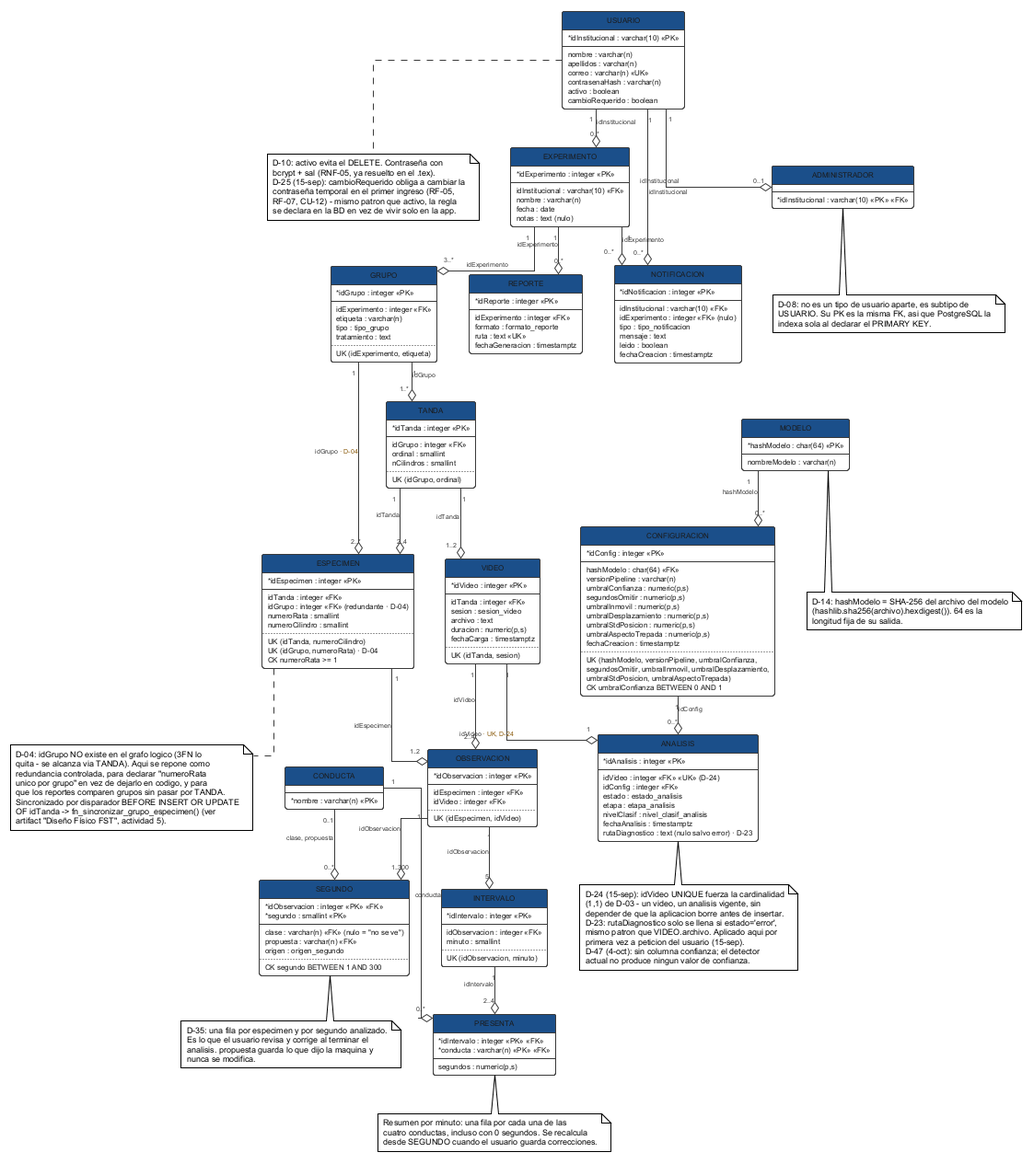
Earlier version of the PlantUML export figures/mermaid/esquema_fisico.png (ErickJester/fst-ai-system-latex).
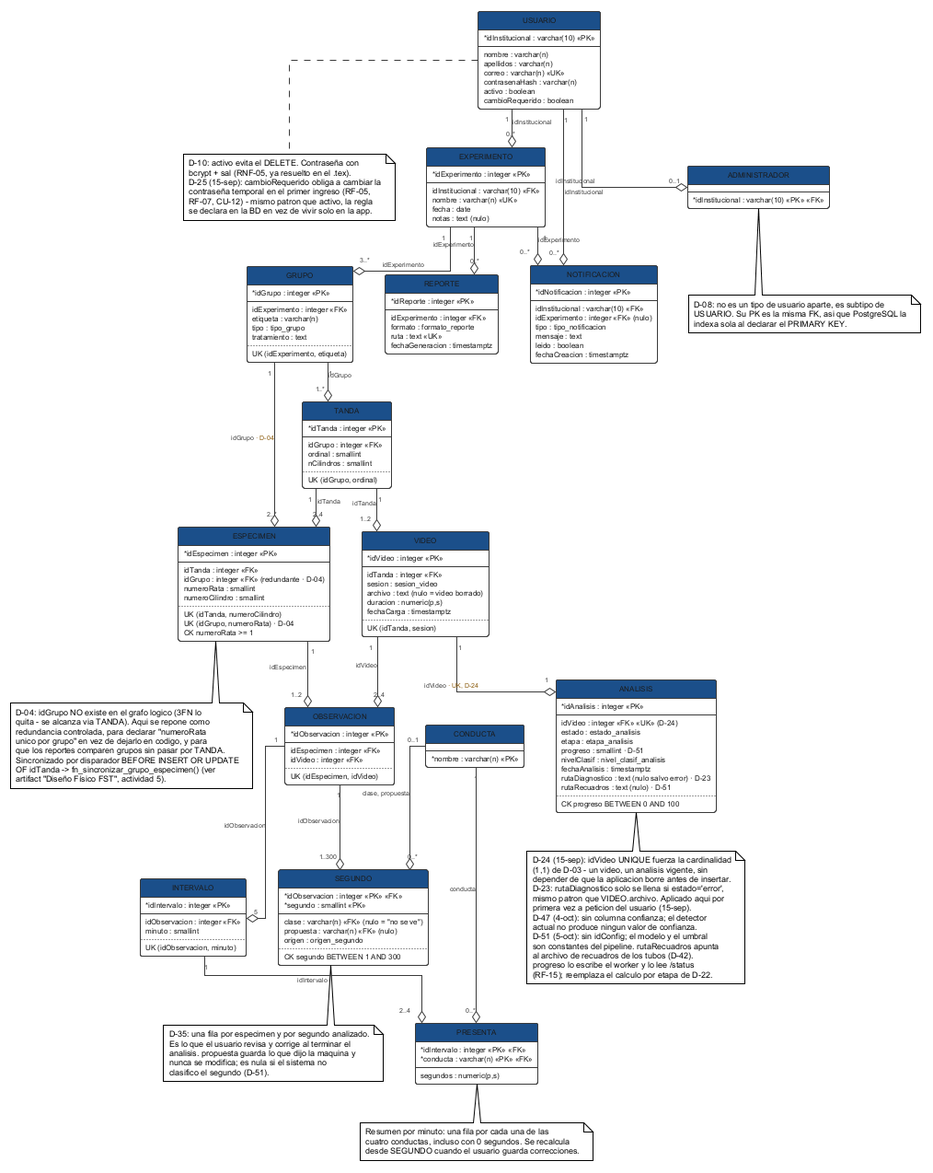
The same diagram one commit later.

The edit, as a diff of the source:
```diff
@@ -55,7 +55,7 @@
   * idExperimento : integer <<PK>>
   --
   idInstitucional : varchar(10) <<FK>>
-  nombre : varchar(n)
+  nombre : varchar(n) <<UK>>
   fecha : date
   notas : text (nulo)
 }
@@ -109,7 +109,7 @@
   --
   idTanda : integer <<FK>>
   sesion : sesion_video
-  archivo : text
+  archivo : text (nulo = video borrado)
   duracion : numeric(p,s)
   fechaCarga : timestamptz
   ..
@@ -120,12 +120,15 @@
   * idAnalisis : integer <<PK>>
   --
   idVideo : integer <<FK>> <<UK>> (D-24)
-  idConfig : integer <<FK>>
   estado : estado_analisis
   etapa : etapa_analisis
+  progreso : smallint · D-51
   nivelClasif : nivel_clasif_analisis
   fechaAnalisis : timestamptz
   rutaDiagnostico : text (nulo salvo error) · D-23
+  rutaRecuadros : text (nulo) · D-51
+  ..
+  CK progreso BETWEEN 0 AND 100
 }
 note bottom of ANALISIS
   D-24 (15-sep): idVideo UNIQUE fuerza la cardinalidad
@@ -136,6 +139,11 @@
   primera vez a peticion del usuario (15-sep).
   D-47 (4-oct): sin columna confianza; el detector
   actual no produce ningun valor de confianza.
+  D-51 (5-oct): sin idConfig; el modelo y el umbral
+  son constantes del pipeline. rutaRecuadros apunta
+  al archivo de recuadros de los tubos (D-42).
+  progreso lo escribe el worker y lo lee /status
+  (RF-15); reemplaza el calculo por etapa de D-22.
 end note
 
 entity OBSERVACION {
@@ -177,7 +185,7 @@
   * segundo : smallint <<PK>>
   --
   clase : varchar(n) <<FK>> (nulo = "no se ve")
-  propuesta : varchar(n) <<FK>>
+  propuesta : varchar(n) <<FK>> (nulo)
   origen : origen_segundo
   ..
   CK segundo BETWEEN 1 AND 300
@@ -186,7 +194,8 @@
   D-35: una fila por especimen y por segundo analizado.
   Es lo que el usuario revisa y corrige al terminar el
   analisis. propuesta guarda lo que dijo la maquina y
-  nunca se modifica.
+  nunca se modifica; es nula si el sistema no
+  clasifico el segundo (D-51).
 end note
 
 entity ADMINISTRADOR {
@@ -198,36 +207,6 @@
   indexa sola al declarar el PRIMARY KEY.
 end note
 
-
-entity MODELO {
-  * hashModelo : char(64) <<PK>>
-  --
-  nombreModelo : varchar(n)
-}
-note bottom of MODELO
-  D-14: hashModelo = SHA-256 del archivo del modelo
-  (hashlib.sha256(archivo).hexdigest()). 64 es la
-  longitud fija de su salida.
-end note
-
-entity CONFIGURACION {
-  * idConfig : integer <<PK>>
-  --
-  hashModelo : char(64) <<FK>>
-  versionPipeline : varchar(n)
-  umbralConfianza : numeric(p,s)
-  segundosOmitir : numeric(p,s)
-  umbralInmovil : numeric(p,s)
-  umbralDesplazamiento : numeric(p,s)
-  umbralStdPosicion : numeric(p,s)
-  umbralAspectoTrepada : numeric(p,s)
-  fechaCreacion : timestamptz
-  ..
-  UK (hashModelo, versionPipeline, umbralConfianza,
-      segundosOmitir, umbralInmovil, umbralDesplazamiento,
-      umbralStdPosicion, umbralAspectoTrepada)
-  CK umbralConfianza BETWEEN 0 AND 1
-}
 
 entity REPORTE {
   * idReporte : integer <<PK>>
@@ -267,9 +246,6 @@
 VIDEO          "1" --o "1"    ANALISIS                  : idVideo <color:#8A5A0B>· UK, D-24</color>
 VIDEO          "1" --o "2..4" OBSERVACION                : idVideo
 
-CONFIGURACION  "1" --o "0..*" ANALISIS                  : idConfig
-MODELO         "1" --o "0..*" CONFIGURACION              : hashModelo
-
 ESPECIMEN      "1" --o "1..2" OBSERVACION                : idEspecimen
 
 OBSERVACION    "1" --o "5"    INTERVALO                 : idObservacion
```
